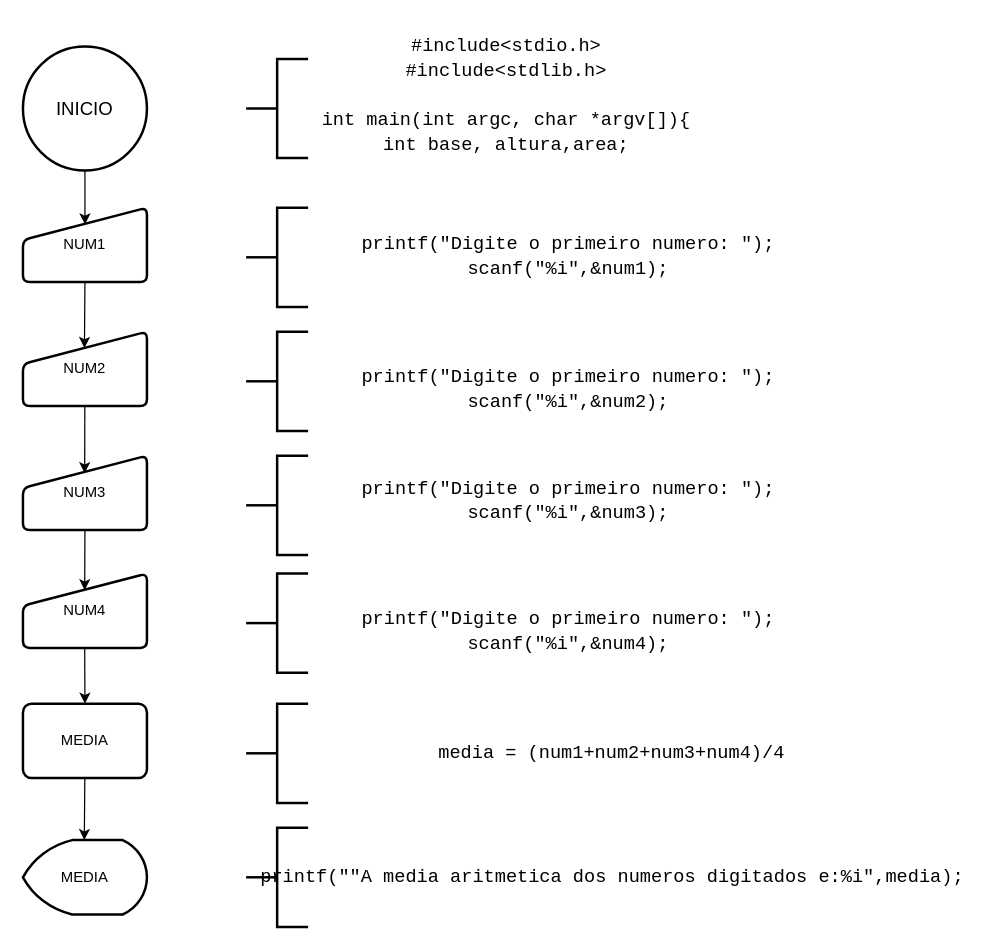
Earlier version of the draw.io diagram Exercicio_04.drawio (rafael-schroer/programacao-aplicada-2021). Source tidied: cells renumbered, new cells numbered last; positions are measured from the earlier drawing's top-left corner, leaving out a move shared by most shapes. Both pictures are drawn from the tidied source at 124%, with x=0, y=0 at pixel (22, 21).
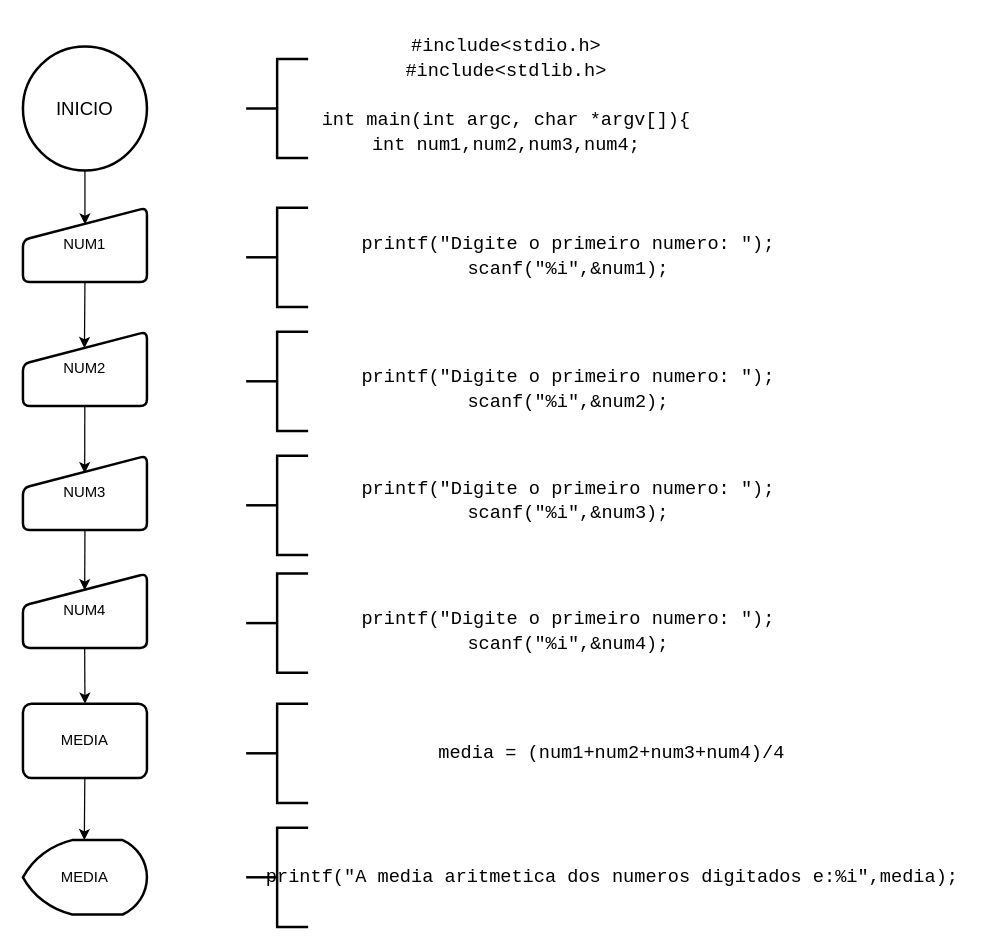
Above is the later version.

The edit, as a diff of the source:
```diff
@@
-    <mxCell id="12" value="&lt;div style=&quot;font-family: &amp;#34;consolas&amp;#34; , &amp;#34;courier new&amp;#34; , monospace ; font-weight: normal ; font-size: 15px ; line-height: 20px&quot;&gt;&lt;div style=&quot;font-family: &amp;#34;consolas&amp;#34; , &amp;#34;courier new&amp;#34; , monospace ; line-height: 20px&quot;&gt;&lt;div&gt;&lt;span&gt;#include&lt;/span&gt;&lt;span&gt;&amp;lt;stdio.h&amp;gt;&lt;/span&gt;&lt;/div&gt;&lt;div&gt;&lt;span&gt;#include&lt;/span&gt;&lt;span&gt;&amp;lt;stdlib.h&amp;gt;&lt;/span&gt;&lt;/div&gt;&lt;br&gt;&lt;div&gt;&lt;span&gt;int&lt;/span&gt;&amp;nbsp;&lt;span&gt;main&lt;/span&gt;(&lt;span&gt;int&lt;/span&gt;&amp;nbsp;&lt;span&gt;argc&lt;/span&gt;,&amp;nbsp;&lt;span&gt;char&lt;/span&gt;&amp;nbsp;*&lt;span&gt;argv&lt;/span&gt;&lt;span&gt;[]&lt;/span&gt;){&lt;/div&gt;&lt;div&gt;&lt;span&gt;int&lt;/span&gt;&amp;nbsp;base, altura,&lt;span&gt;area&lt;/span&gt;;&lt;/div&gt;&lt;/div&gt;&lt;/div&gt;" style="text;whiteSpace=wrap;html=1;rounded=0;align=center;verticalAlign=middle;labelBorderColor=none;" parent="1" vertex="1">
+    <mxCell id="12" value="&lt;div style=&quot;font-family: &amp;#34;consolas&amp;#34; , &amp;#34;courier new&amp;#34; , monospace ; font-weight: normal ; font-size: 15px ; line-height: 20px&quot;&gt;&lt;div style=&quot;font-family: &amp;#34;consolas&amp;#34; , &amp;#34;courier new&amp;#34; , monospace ; line-height: 20px&quot;&gt;&lt;div&gt;&lt;span&gt;#include&lt;/span&gt;&lt;span&gt;&amp;lt;stdio.h&amp;gt;&lt;/span&gt;&lt;/div&gt;&lt;div&gt;&lt;span&gt;#include&lt;/span&gt;&lt;span&gt;&amp;lt;stdlib.h&amp;gt;&lt;/span&gt;&lt;/div&gt;&lt;br&gt;&lt;div&gt;&lt;span&gt;int&lt;/span&gt;&amp;nbsp;&lt;span&gt;main&lt;/span&gt;(&lt;span&gt;int&lt;/span&gt;&amp;nbsp;&lt;span&gt;argc&lt;/span&gt;,&amp;nbsp;&lt;span&gt;char&lt;/span&gt;&amp;nbsp;*&lt;span&gt;argv&lt;/span&gt;&lt;span&gt;[]&lt;/span&gt;){&lt;/div&gt;&lt;div&gt;&lt;span&gt;int&lt;/span&gt;&amp;nbsp;num1,num2,num3,num4;&lt;/div&gt;&lt;/div&gt;&lt;/div&gt;" style="text;whiteSpace=wrap;html=1;rounded=0;align=center;verticalAlign=middle;labelBorderColor=none;" parent="1" vertex="1">
       <mxGeometry x="240" width="300" height="120" as="geometry" />
     </mxCell>
@@
-    <mxCell id="19" value="&lt;div style=&quot;font-family: &amp;#34;consolas&amp;#34; , &amp;#34;courier new&amp;#34; , monospace ; font-weight: normal ; font-size: 15px ; line-height: 20px&quot;&gt;&lt;div style=&quot;font-family: &amp;#34;consolas&amp;#34; , &amp;#34;courier new&amp;#34; , monospace ; line-height: 20px&quot;&gt;&lt;span&gt;printf&lt;/span&gt;(&lt;span&gt;&quot;&lt;/span&gt;&lt;span style=&quot;font-family: &amp;#34;consolas&amp;#34; , &amp;#34;courier new&amp;#34; , monospace&quot;&gt;&quot;A&amp;nbsp;media&amp;nbsp;aritmetica&amp;nbsp;dos&amp;nbsp;numeros&amp;nbsp;digitados&amp;nbsp;e:&lt;/span&gt;&lt;span style=&quot;font-family: &amp;#34;consolas&amp;#34; , &amp;#34;courier new&amp;#34; , monospace&quot;&gt;%i&lt;/span&gt;&lt;span style=&quot;font-family: &amp;#34;consolas&amp;#34; , &amp;#34;courier new&amp;#34; , monospace&quot;&gt;&quot;,&lt;/span&gt;&lt;span style=&quot;font-family: &amp;#34;consolas&amp;#34; , &amp;#34;courier new&amp;#34; , monospace&quot;&gt;media&lt;/span&gt;&lt;span&gt;)&lt;/span&gt;&lt;span&gt;;&lt;/span&gt;&lt;/div&gt;&lt;/div&gt;" style="text;html=1;rounded=0;align=center;verticalAlign=middle;labelBorderColor=none;whiteSpace=wrap;" parent="1" vertex="1">
+    <mxCell id="19" value="&lt;div style=&quot;font-family: &amp;#34;consolas&amp;#34; , &amp;#34;courier new&amp;#34; , monospace ; font-weight: normal ; font-size: 15px ; line-height: 20px&quot;&gt;&lt;div style=&quot;font-family: &amp;#34;consolas&amp;#34; , &amp;#34;courier new&amp;#34; , monospace ; line-height: 20px&quot;&gt;&lt;span&gt;printf&lt;/span&gt;(&lt;span style=&quot;font-family: &amp;#34;consolas&amp;#34; , &amp;#34;courier new&amp;#34; , monospace&quot;&gt;&quot;A&amp;nbsp;media&amp;nbsp;aritmetica&amp;nbsp;dos&amp;nbsp;numeros&amp;nbsp;digitados&amp;nbsp;e:&lt;/span&gt;&lt;span style=&quot;font-family: &amp;#34;consolas&amp;#34; , &amp;#34;courier new&amp;#34; , monospace&quot;&gt;%i&lt;/span&gt;&lt;span style=&quot;font-family: &amp;#34;consolas&amp;#34; , &amp;#34;courier new&amp;#34; , monospace&quot;&gt;&quot;,&lt;/span&gt;&lt;span style=&quot;font-family: &amp;#34;consolas&amp;#34; , &amp;#34;courier new&amp;#34; , monospace&quot;&gt;media&lt;/span&gt;&lt;span&gt;)&lt;/span&gt;&lt;span&gt;;&lt;/span&gt;&lt;/div&gt;&lt;/div&gt;" style="text;html=1;rounded=0;align=center;verticalAlign=middle;labelBorderColor=none;whiteSpace=wrap;" parent="1" vertex="1">
       <mxGeometry x="237.5" y="670" width="475" height="40" as="geometry" />
     </mxCell>
```
